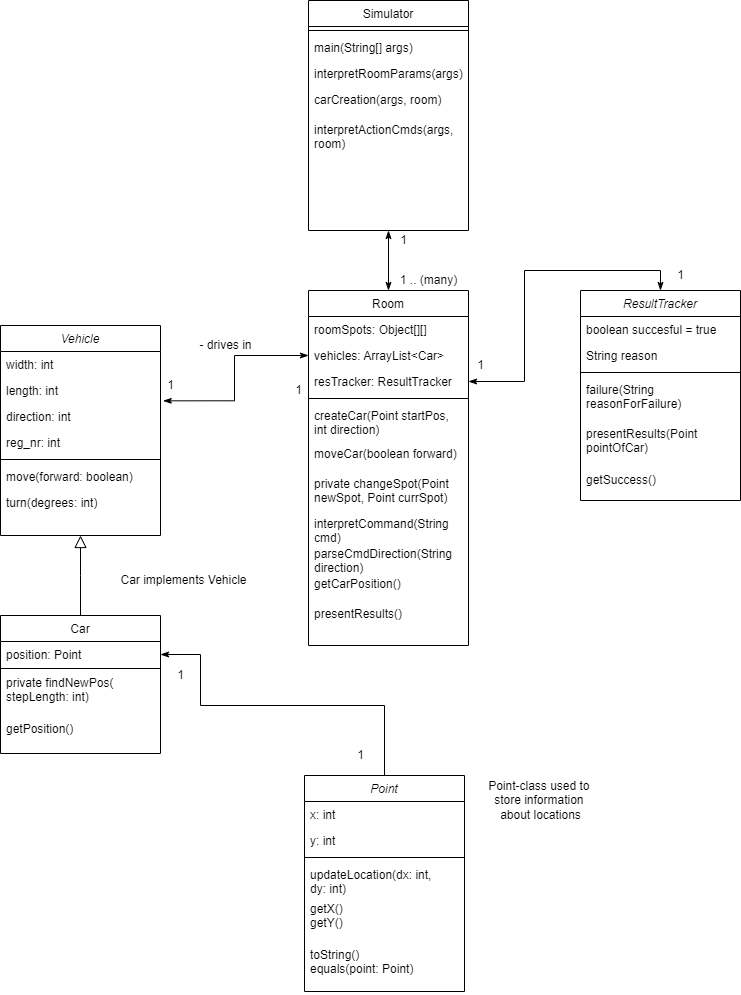
Before: imgs/Class diagram 2.png, a diagram exported from draw.io (JoohanBengtsson/Car-simulator). Source tidied: cells renumbered, new cells last; positions are measured from the earlier drawing's top-left corner, leaving out a move shared by most shapes. Its diagram source:
```xml
<mxGraphModel>
  <root>
    <mxCell id="0" />
    <mxCell id="1" parent="0" />
    <mxCell id="2" value="Vehicle" style="swimlane;fontStyle=2;align=center;verticalAlign=top;horizontal=1;startSize=26;rounded=0;shadow=0;strokeWidth=1;" parent="1" vertex="1">
      <mxGeometry y="325" width="160" height="210" as="geometry" />
    </mxCell>
    <mxCell id="3" value="width: int" style="text;align=left;verticalAlign=top;spacingLeft=4;spacingRight=4;overflow=hidden;" parent="2" vertex="1">
      <mxGeometry y="26" width="160" height="26" as="geometry" />
    </mxCell>
    <mxCell id="4" value="length: int" style="text;align=left;verticalAlign=top;spacingLeft=4;spacingRight=4;overflow=hidden;" parent="2" vertex="1">
      <mxGeometry y="52" width="160" height="26" as="geometry" />
    </mxCell>
    <mxCell id="5" value="direction: int" style="text;align=left;verticalAlign=top;spacingLeft=4;spacingRight=4;overflow=hidden;points=[[0,0.5],[1,0.5]];portConstraint=eastwest;" parent="2" vertex="1">
      <mxGeometry y="78" width="160" height="26" as="geometry" />
    </mxCell>
    <mxCell id="6" value="reg_nr: int" style="text;align=left;verticalAlign=top;spacingLeft=4;spacingRight=4;overflow=hidden;" parent="2" vertex="1">
      <mxGeometry y="104" width="160" height="26" as="geometry" />
    </mxCell>
    <mxCell id="7" style="line;html=1;strokeWidth=1;align=left;verticalAlign=middle;spacingTop=-1;spacingLeft=3;spacingRight=3;labelPosition=right;" parent="2" vertex="1">
      <mxGeometry y="130" width="160" height="8" as="geometry" />
    </mxCell>
    <mxCell id="8" value="move(forward: boolean)" style="text;align=left;verticalAlign=top;spacingLeft=4;spacingRight=4;overflow=hidden;" parent="2" vertex="1">
      <mxGeometry y="138" width="160" height="26" as="geometry" />
    </mxCell>
    <mxCell id="9" value="turn(degrees: int)" style="text;align=left;verticalAlign=top;spacingLeft=4;spacingRight=4;overflow=hidden;" parent="2" vertex="1">
      <mxGeometry y="164" width="160" height="46" as="geometry" />
    </mxCell>
    <mxCell id="10" value="Car" style="swimlane;fontStyle=0;align=center;verticalAlign=top;horizontal=1;startSize=26;rounded=0;shadow=0;strokeWidth=1;" parent="1" vertex="1">
      <mxGeometry y="615" width="160" height="138" as="geometry" />
    </mxCell>
    <mxCell id="11" value="position: Point" style="text;align=left;verticalAlign=top;spacingLeft=4;spacingRight=4;overflow=hidden;points=[[0,0.5],[1,0.5]];portConstraint=eastwest;" parent="10" vertex="1">
      <mxGeometry y="26" width="160" height="26" as="geometry" />
    </mxCell>
    <mxCell id="12" style="line;html=1;strokeWidth=1;align=left;verticalAlign=middle;spacingTop=-1;spacingLeft=3;spacingRight=3;labelPosition=right;" parent="10" vertex="1">
      <mxGeometry y="52" width="160" height="2" as="geometry" />
    </mxCell>
    <mxCell id="13" value="private findNewPos(&#10;stepLength: int)" style="text;align=left;verticalAlign=top;spacingLeft=4;spacingRight=4;overflow=hidden;" parent="10" vertex="1">
      <mxGeometry y="54" width="160" height="46" as="geometry" />
    </mxCell>
    <mxCell id="14" value="getPosition()" style="text;align=left;verticalAlign=top;spacingLeft=4;spacingRight=4;overflow=hidden;" parent="10" vertex="1">
      <mxGeometry y="100" width="160" height="26" as="geometry" />
    </mxCell>
    <mxCell id="15" style="endArrow=block;endSize=10;endFill=0;shadow=0;strokeWidth=1;rounded=0;edgeStyle=elbowEdgeStyle;elbow=vertical;" parent="1" edge="1" source="10" target="2">
      <mxGeometry relative="1" as="geometry" />
    </mxCell>
    <mxCell id="16" value="Room" style="swimlane;fontStyle=0;align=center;verticalAlign=top;horizontal=1;startSize=26;rounded=0;shadow=0;strokeWidth=1;" parent="1" vertex="1">
      <mxGeometry x="308" y="290" width="160" height="355" as="geometry" />
    </mxCell>
    <mxCell id="17" value="roomSpots: Object[][]" style="text;align=left;verticalAlign=top;spacingLeft=4;spacingRight=4;overflow=hidden;rounded=0;shadow=0;html=0;" parent="16" vertex="1">
      <mxGeometry y="26" width="160" height="26" as="geometry" />
    </mxCell>
    <mxCell id="18" value="vehicles: ArrayList&lt;Car&gt;" style="text;align=left;verticalAlign=top;spacingLeft=4;spacingRight=4;overflow=hidden;points=[[0,0.5],[1,0.5]];portConstraint=eastwest;rounded=0;shadow=0;html=0;" parent="16" vertex="1">
      <mxGeometry y="52" width="160" height="26" as="geometry" />
    </mxCell>
    <mxCell id="19" value="resTracker: ResultTracker" style="text;align=left;verticalAlign=top;spacingLeft=4;spacingRight=4;overflow=hidden;points=[[0,0.5],[1,0.5]];portConstraint=eastwest;rounded=0;shadow=0;html=0;" parent="16" vertex="1">
      <mxGeometry y="78" width="160" height="26" as="geometry" />
    </mxCell>
    <mxCell id="20" style="line;html=1;strokeWidth=1;align=left;verticalAlign=middle;spacingTop=-1;spacingLeft=3;spacingRight=3;labelPosition=right;" parent="16" vertex="1">
      <mxGeometry y="104" width="160" height="8" as="geometry" />
    </mxCell>
    <mxCell id="21" value="createCar(Point startPos, &#10;int direction)" style="text;align=left;verticalAlign=top;spacingLeft=4;spacingRight=4;overflow=hidden;" parent="16" vertex="1">
      <mxGeometry y="112" width="160" height="38" as="geometry" />
    </mxCell>
    <mxCell id="22" value="moveCar(boolean forward)" style="text;align=left;verticalAlign=top;spacingLeft=4;spacingRight=4;overflow=hidden;" parent="16" vertex="1">
      <mxGeometry y="150" width="160" height="30" as="geometry" />
    </mxCell>
    <mxCell id="23" value="private changeSpot(Point &#10;newSpot, Point currSpot)" style="text;align=left;verticalAlign=top;spacingLeft=4;spacingRight=4;overflow=hidden;" parent="16" vertex="1">
      <mxGeometry y="180" width="160" height="40" as="geometry" />
    </mxCell>
    <mxCell id="24" value="interpretCommand(String &#10;cmd)" style="text;align=left;verticalAlign=top;spacingLeft=4;spacingRight=4;overflow=hidden;" parent="16" vertex="1">
      <mxGeometry y="220" width="160" height="30" as="geometry" />
    </mxCell>
    <mxCell id="25" value="parseCmdDirection(String &#10;direction)" style="text;align=left;verticalAlign=top;spacingLeft=4;spacingRight=4;overflow=hidden;" parent="16" vertex="1">
      <mxGeometry y="250" width="160" height="30" as="geometry" />
    </mxCell>
    <mxCell id="26" value="getCarPosition()" style="text;align=left;verticalAlign=top;spacingLeft=4;spacingRight=4;overflow=hidden;" parent="16" vertex="1">
      <mxGeometry y="280" width="160" height="30" as="geometry" />
    </mxCell>
    <mxCell id="27" value="presentResults()" style="text;align=left;verticalAlign=top;spacingLeft=4;spacingRight=4;overflow=hidden;" parent="16" vertex="1">
      <mxGeometry y="310" width="160" height="30" as="geometry" />
    </mxCell>
    <mxCell id="28" value="- drives in" style="text;html=1;align=center;verticalAlign=middle;strokeColor=none;fillColor=none;" parent="1" vertex="1">
      <mxGeometry x="190" y="335" width="70" height="20" as="geometry" />
    </mxCell>
    <mxCell id="29" style="edgeStyle=orthogonalEdgeStyle;rounded=0;jettySize=auto;html=1;exitX=0;exitY=0.5;exitDx=0;exitDy=0;entryX=1.017;entryY=-0.103;entryDx=0;entryDy=0;startArrow=classicThin;startFill=1;endArrow=classicThin;endFill=1;entryPerimeter=0;" parent="1" edge="1" source="18" target="5">
      <mxGeometry relative="1" as="geometry" />
    </mxCell>
    <mxCell id="30" value="1" style="text;html=1;align=center;verticalAlign=middle;strokeColor=none;fillColor=none;" parent="1" vertex="1">
      <mxGeometry x="160" y="375" width="20" height="20" as="geometry" />
    </mxCell>
    <mxCell id="31" value="1" style="text;html=1;align=center;verticalAlign=middle;strokeColor=none;fillColor=none;" parent="1" vertex="1">
      <mxGeometry x="288" y="380" width="20" height="20" as="geometry" />
    </mxCell>
    <mxCell id="32" value="Car implements Vehicle" style="text;html=1;align=center;verticalAlign=middle;strokeColor=none;fillColor=none;" parent="1" vertex="1">
      <mxGeometry x="113" y="570" width="140" height="20" as="geometry" />
    </mxCell>
    <mxCell id="33" style="edgeStyle=orthogonalEdgeStyle;rounded=0;jettySize=auto;html=1;exitX=0.5;exitY=0;exitDx=0;exitDy=0;entryX=1;entryY=0.5;entryDx=0;entryDy=0;startArrow=none;startFill=0;endArrow=classicThin;endFill=1;" parent="1" edge="1" source="34" target="11">
      <mxGeometry relative="1" as="geometry">
        <Array as="points">
          <mxPoint x="384" y="705" />
          <mxPoint x="200" y="705" />
          <mxPoint x="200" y="654" />
        </Array>
      </mxGeometry>
    </mxCell>
    <mxCell id="34" value="Point" style="swimlane;fontStyle=2;align=center;verticalAlign=top;horizontal=1;startSize=26;rounded=0;shadow=0;strokeWidth=1;" parent="1" vertex="1">
      <mxGeometry x="304" y="775" width="160" height="216" as="geometry" />
    </mxCell>
    <mxCell id="35" value="x: int" style="text;align=left;verticalAlign=top;spacingLeft=4;spacingRight=4;overflow=hidden;" parent="34" vertex="1">
      <mxGeometry y="26" width="160" height="26" as="geometry" />
    </mxCell>
    <mxCell id="36" value="y: int" style="text;align=left;verticalAlign=top;spacingLeft=4;spacingRight=4;overflow=hidden;" parent="34" vertex="1">
      <mxGeometry y="52" width="160" height="26" as="geometry" />
    </mxCell>
    <mxCell id="37" style="line;html=1;strokeWidth=1;align=left;verticalAlign=middle;spacingTop=-1;spacingLeft=3;spacingRight=3;labelPosition=right;" parent="34" vertex="1">
      <mxGeometry y="78" width="160" height="8" as="geometry" />
    </mxCell>
    <mxCell id="38" value="updateLocation(dx: int, &#10;dy: int)" style="text;align=left;verticalAlign=top;spacingLeft=4;spacingRight=4;overflow=hidden;" parent="34" vertex="1">
      <mxGeometry y="86" width="160" height="34" as="geometry" />
    </mxCell>
    <mxCell id="39" value="getX()&#10;getY()" style="text;align=left;verticalAlign=top;spacingLeft=4;spacingRight=4;overflow=hidden;" parent="34" vertex="1">
      <mxGeometry y="120" width="160" height="46" as="geometry" />
    </mxCell>
    <mxCell id="40" value="toString()&#10;equals(point: Point)" style="text;align=left;verticalAlign=top;spacingLeft=4;spacingRight=4;overflow=hidden;" parent="34" vertex="1">
      <mxGeometry y="166" width="160" height="50" as="geometry" />
    </mxCell>
    <mxCell id="41" value="Point-class used to &lt;br&gt;store information &lt;br&gt;about locations" style="text;html=1;align=center;verticalAlign=middle;strokeColor=none;fillColor=none;" parent="1" vertex="1">
      <mxGeometry x="480" y="775" width="120" height="50" as="geometry" />
    </mxCell>
    <mxCell id="42" style="edgeStyle=orthogonalEdgeStyle;rounded=0;jettySize=auto;html=1;exitX=0.5;exitY=1;exitDx=0;exitDy=0;entryX=0.5;entryY=0;entryDx=0;entryDy=0;startArrow=classicThin;startFill=1;endArrow=classicThin;endFill=1;" parent="1" edge="1" source="43" target="16">
      <mxGeometry relative="1" as="geometry" />
    </mxCell>
    <mxCell id="43" value="Simulator" style="swimlane;fontStyle=0;align=center;verticalAlign=top;horizontal=1;startSize=26;rounded=0;shadow=0;strokeWidth=1;" parent="1" vertex="1">
      <mxGeometry x="308" width="160" height="230" as="geometry" />
    </mxCell>
    <mxCell id="44" style="line;html=1;strokeWidth=1;align=left;verticalAlign=middle;spacingTop=-1;spacingLeft=3;spacingRight=3;labelPosition=right;" parent="43" vertex="1">
      <mxGeometry y="26" width="160" height="8" as="geometry" />
    </mxCell>
    <mxCell id="45" value="main(String[] args)" style="text;align=left;verticalAlign=top;spacingLeft=4;spacingRight=4;overflow=hidden;" parent="43" vertex="1">
      <mxGeometry y="34" width="160" height="26" as="geometry" />
    </mxCell>
    <mxCell id="46" value="interpretRoomParams(args)" style="text;align=left;verticalAlign=top;spacingLeft=4;spacingRight=4;overflow=hidden;" parent="43" vertex="1">
      <mxGeometry y="60" width="160" height="26" as="geometry" />
    </mxCell>
    <mxCell id="47" value="carCreation(args, room)" style="text;align=left;verticalAlign=top;spacingLeft=4;spacingRight=4;overflow=hidden;" parent="43" vertex="1">
      <mxGeometry y="86" width="160" height="30" as="geometry" />
    </mxCell>
    <mxCell id="48" value="interpretActionCmds(args, &#10;room)" style="text;align=left;verticalAlign=top;spacingLeft=4;spacingRight=4;overflow=hidden;" parent="43" vertex="1">
      <mxGeometry y="116" width="160" height="30" as="geometry" />
    </mxCell>
    <mxCell id="49" value="1" style="text;html=1;align=center;verticalAlign=middle;strokeColor=none;fillColor=none;" parent="1" vertex="1">
      <mxGeometry x="393" y="230" width="20" height="20" as="geometry" />
    </mxCell>
    <mxCell id="50" value="1 .. (many)" style="text;html=1;align=center;verticalAlign=middle;strokeColor=none;fillColor=none;" parent="1" vertex="1">
      <mxGeometry x="393" y="270" width="70" height="20" as="geometry" />
    </mxCell>
    <mxCell id="51" style="edgeStyle=orthogonalEdgeStyle;rounded=0;jettySize=auto;html=1;exitX=0.5;exitY=0;exitDx=0;exitDy=0;entryX=1;entryY=0.5;entryDx=0;entryDy=0;startArrow=classicThin;startFill=1;endArrow=classicThin;endFill=1;" parent="1" edge="1" source="52" target="19">
      <mxGeometry relative="1" as="geometry" />
    </mxCell>
    <mxCell id="52" value="ResultTracker" style="swimlane;fontStyle=2;align=center;verticalAlign=top;horizontal=1;startSize=26;rounded=0;shadow=0;strokeWidth=1;" parent="1" vertex="1">
      <mxGeometry x="580" y="290" width="160" height="210" as="geometry" />
    </mxCell>
    <mxCell id="53" value="boolean succesful = true" style="text;align=left;verticalAlign=top;spacingLeft=4;spacingRight=4;overflow=hidden;" parent="52" vertex="1">
      <mxGeometry y="26" width="160" height="26" as="geometry" />
    </mxCell>
    <mxCell id="54" value="String reason" style="text;align=left;verticalAlign=top;spacingLeft=4;spacingRight=4;overflow=hidden;" parent="52" vertex="1">
      <mxGeometry y="52" width="160" height="26" as="geometry" />
    </mxCell>
    <mxCell id="55" style="line;html=1;strokeWidth=1;align=left;verticalAlign=middle;spacingTop=-1;spacingLeft=3;spacingRight=3;labelPosition=right;" parent="52" vertex="1">
      <mxGeometry y="78" width="160" height="8" as="geometry" />
    </mxCell>
    <mxCell id="56" value="failure(String &#10;reasonForFailure)" style="text;align=left;verticalAlign=top;spacingLeft=4;spacingRight=4;overflow=hidden;" parent="52" vertex="1">
      <mxGeometry y="86" width="160" height="44" as="geometry" />
    </mxCell>
    <mxCell id="57" value="presentResults(Point &#10;pointOfCar)" style="text;align=left;verticalAlign=top;spacingLeft=4;spacingRight=4;overflow=hidden;" parent="52" vertex="1">
      <mxGeometry y="130" width="160" height="46" as="geometry" />
    </mxCell>
    <mxCell id="58" value="getSuccess()" style="text;align=left;verticalAlign=top;spacingLeft=4;spacingRight=4;overflow=hidden;" parent="52" vertex="1">
      <mxGeometry y="176" width="160" height="26" as="geometry" />
    </mxCell>
    <mxCell id="59" value="1" style="text;html=1;align=center;verticalAlign=middle;strokeColor=none;fillColor=none;" parent="1" vertex="1">
      <mxGeometry x="170" y="665" width="20" height="20" as="geometry" />
    </mxCell>
    <mxCell id="60" value="1" style="text;html=1;align=center;verticalAlign=middle;strokeColor=none;fillColor=none;" parent="1" vertex="1">
      <mxGeometry x="350" y="745" width="20" height="20" as="geometry" />
    </mxCell>
    <mxCell id="61" value="1" style="text;html=1;align=center;verticalAlign=middle;strokeColor=none;fillColor=none;" parent="1" vertex="1">
      <mxGeometry x="470" y="355" width="20" height="20" as="geometry" />
    </mxCell>
    <mxCell id="62" value="1" style="text;html=1;align=center;verticalAlign=middle;strokeColor=none;fillColor=none;" parent="1" vertex="1">
      <mxGeometry x="670" y="265" width="20" height="20" as="geometry" />
    </mxCell>
  </root>
</mxGraphModel>
```
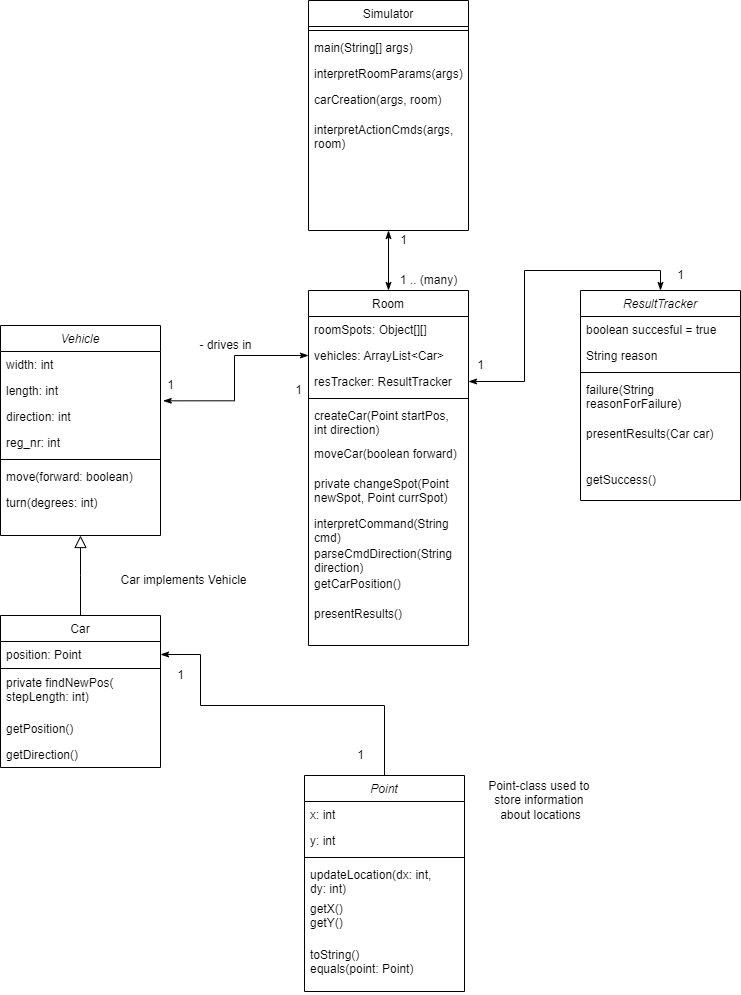
After the commit.

What changed in the source:
```diff
@@ -27,7 +27,7 @@
       <mxGeometry y="164" width="160" height="46" as="geometry" />
     </mxCell>
     <mxCell id="10" value="Car" style="swimlane;fontStyle=0;align=center;verticalAlign=top;horizontal=1;startSize=26;rounded=0;shadow=0;strokeWidth=1;" parent="1" vertex="1">
-      <mxGeometry y="615" width="160" height="138" as="geometry" />
+      <mxGeometry y="615" width="160" height="152" as="geometry" />
     </mxCell>
     <mxCell id="11" value="position: Point" style="text;align=left;verticalAlign=top;spacingLeft=4;spacingRight=4;overflow=hidden;points=[[0,0.5],[1,0.5]];portConstraint=eastwest;" parent="10" vertex="1">
       <mxGeometry y="26" width="160" height="26" as="geometry" />
@@ -41,6 +41,9 @@
     <mxCell id="14" value="getPosition()" style="text;align=left;verticalAlign=top;spacingLeft=4;spacingRight=4;overflow=hidden;" parent="10" vertex="1">
       <mxGeometry y="100" width="160" height="26" as="geometry" />
     </mxCell>
+    <mxCell id="63" value="getDirection()" style="text;align=left;verticalAlign=top;spacingLeft=4;spacingRight=4;overflow=hidden;" parent="10" vertex="1">
+      <mxGeometry y="126" width="160" height="26" as="geometry" />
+    </mxCell>
     <mxCell id="15" style="endArrow=block;endSize=10;endFill=0;shadow=0;strokeWidth=1;rounded=0;edgeStyle=elbowEdgeStyle;elbow=vertical;" parent="1" edge="1" source="10" target="2">
       <mxGeometry relative="1" as="geometry" />
     </mxCell>
@@ -173,7 +176,7 @@
     <mxCell id="56" value="failure(String &#10;reasonForFailure)" style="text;align=left;verticalAlign=top;spacingLeft=4;spacingRight=4;overflow=hidden;" parent="52" vertex="1">
       <mxGeometry y="86" width="160" height="44" as="geometry" />
     </mxCell>
-    <mxCell id="57" value="presentResults(Point &#10;pointOfCar)" style="text;align=left;verticalAlign=top;spacingLeft=4;spacingRight=4;overflow=hidden;" parent="52" vertex="1">
+    <mxCell id="57" value="presentResults(Car car)" style="text;align=left;verticalAlign=top;spacingLeft=4;spacingRight=4;overflow=hidden;" parent="52" vertex="1">
       <mxGeometry y="130" width="160" height="46" as="geometry" />
     </mxCell>
     <mxCell id="58" value="getSuccess()" style="text;align=left;verticalAlign=top;spacingLeft=4;spacingRight=4;overflow=hidden;" parent="52" vertex="1">
```
